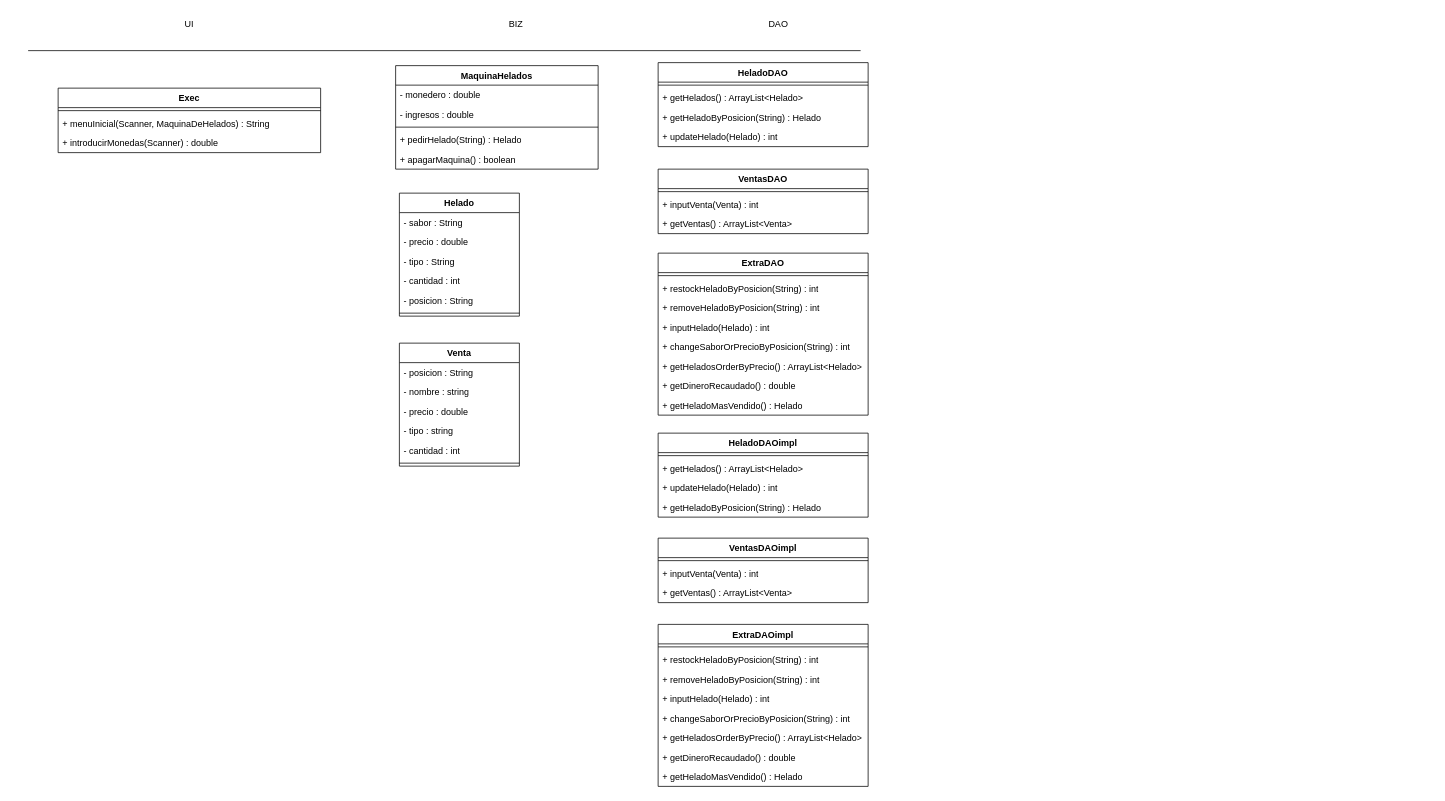
Earlier version of the draw.io diagram MaquinaDeHeladoV6.drawio (gonzaga24/MaquinaHelados). Source tidied: cells renumbered, new cells numbered last; positions are measured from the earlier drawing's top-left corner, leaving out a move shared by most shapes. Both pictures are drawn from the tidied source at 75%, with x=0, y=0 at pixel (28, 13).
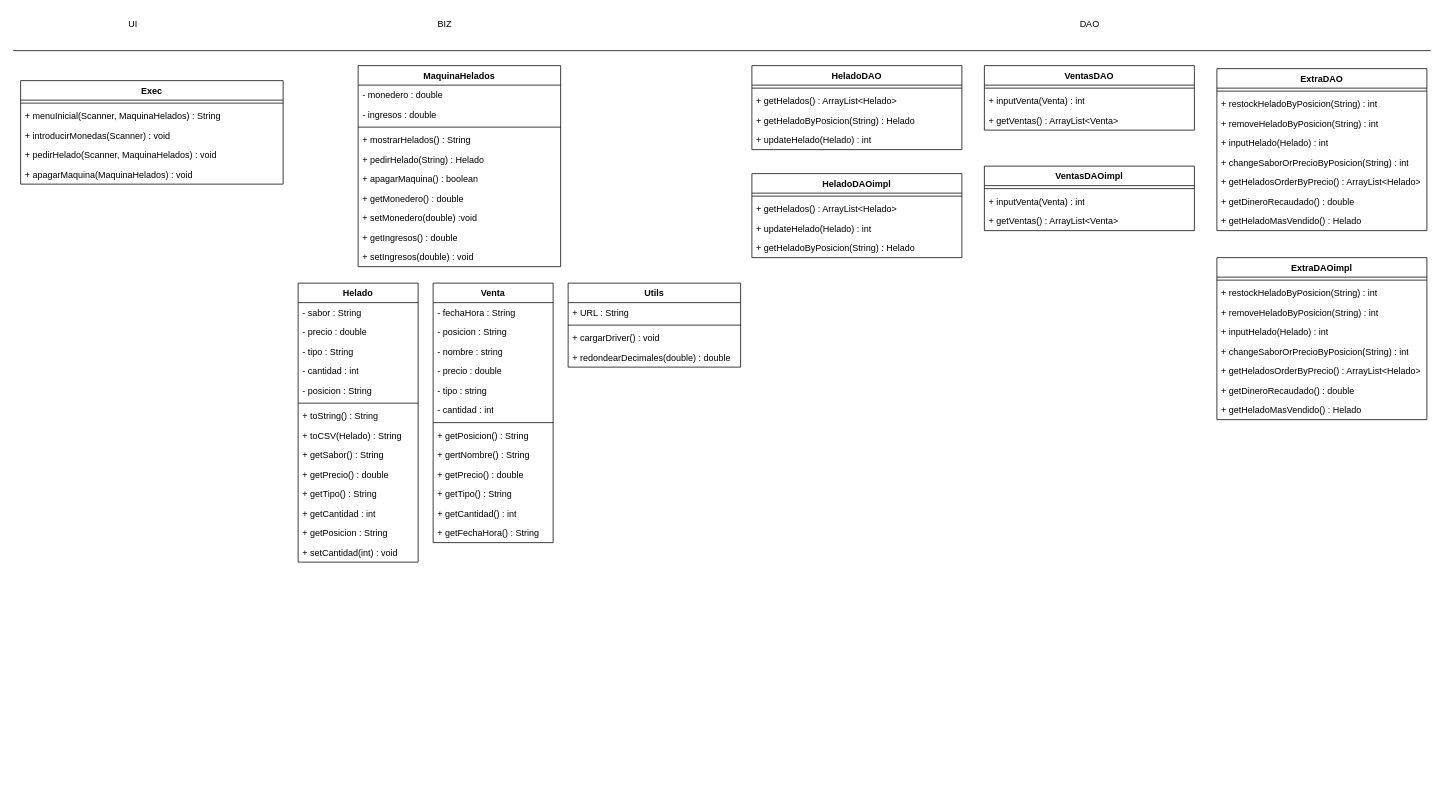
Above is the later version.

Commit message (it also covers changes not shown here):
Esquema UML actualizado

The edit, as a diff of the source:
```diff
@@
     <mxCell id="2" value="UI" style="text;html=1;align=center;verticalAlign=middle;whiteSpace=wrap;rounded=0;" parent="1" vertex="1">
-      <mxGeometry x="185" width="60" height="30" as="geometry" />
+      <mxGeometry x="110" width="60" height="30" as="geometry" />
     </mxCell>
     <mxCell id="3" value="BIZ" style="text;html=1;align=center;verticalAlign=middle;strokeColor=none;fillColor=none;" parent="1" vertex="1">
-      <mxGeometry x="630" width="40" height="30" as="geometry" />
+      <mxGeometry x="535" width="40" height="30" as="geometry" />
     </mxCell>
     <mxCell id="4" value="DAO" style="text;html=1;align=center;verticalAlign=middle;strokeColor=none;fillColor=none;" parent="1" vertex="1">
-      <mxGeometry x="975" width="50" height="30" as="geometry" />
+      <mxGeometry x="1390" width="50" height="30" as="geometry" />
     </mxCell>
     <mxCell id="5" value="Exec" style="swimlane;fontStyle=1;align=center;verticalAlign=top;horizontal=1;startSize=26;whiteSpace=wrap;html=1;" parent="1" vertex="1">
-      <mxGeometry x="40" y="100" width="350" height="86" as="geometry" />
+      <mxGeometry x="-10" y="90" width="350" height="138" as="geometry" />
     </mxCell>
@@
-    <mxCell id="7" value="+ menuInicial(Scanner, MaquinaDeHelados) : String" style="text;strokeColor=none;fillColor=none;align=left;verticalAlign=top;spacingLeft=4;spacingRight=4;overflow=hidden;whiteSpace=wrap;html=1;" parent="5" vertex="1">
+    <mxCell id="7" value="+ menuInicial(Scanner, MaquinaHelados) : String" style="text;strokeColor=none;fillColor=none;align=left;verticalAlign=top;spacingLeft=4;spacingRight=4;overflow=hidden;whiteSpace=wrap;html=1;" parent="5" vertex="1">
       <mxGeometry y="34" width="350" height="26" as="geometry" />
     </mxCell>
-    <mxCell id="8" value="+ introducirMonedas(Scanner) : double" style="text;strokeColor=none;fillColor=none;align=left;verticalAlign=top;spacingLeft=4;spacingRight=4;overflow=hidden;whiteSpace=wrap;html=1;" parent="5" vertex="1">
+    <mxCell id="8" value="+ introducirMonedas(Scanner) : void" style="text;strokeColor=none;fillColor=none;align=left;verticalAlign=top;spacingLeft=4;spacingRight=4;overflow=hidden;whiteSpace=wrap;html=1;" parent="5" vertex="1">
       <mxGeometry y="60" width="350" height="26" as="geometry" />
     </mxCell>
+    <mxCell id="66" value="+ pedirHelado(Scanner, MaquinaHelados) : void" style="text;strokeColor=none;fillColor=none;align=left;verticalAlign=top;spacingLeft=4;spacingRight=4;overflow=hidden;whiteSpace=wrap;html=1;" parent="5" vertex="1">
+      <mxGeometry y="86" width="350" height="26" as="geometry" />
+    </mxCell>
+    <mxCell id="67" value="+ apagarMaquina(MaquinaHelados) : void" style="text;strokeColor=none;fillColor=none;align=left;verticalAlign=top;spacingLeft=4;spacingRight=4;overflow=hidden;whiteSpace=wrap;html=1;" parent="5" vertex="1">
+      <mxGeometry y="112" width="350" height="26" as="geometry" />
+    </mxCell>
     <mxCell id="9" value="Helado" style="swimlane;fontStyle=1;align=center;verticalAlign=top;horizontal=1;startSize=26;whiteSpace=wrap;html=1;" parent="1" vertex="1">
-      <mxGeometry x="495" y="240" width="160" height="164" as="geometry" />
+      <mxGeometry x="360" y="360" width="160" height="372" as="geometry" />
     </mxCell>
@@
+    <mxCell id="68" value="+ toString() : String" style="text;strokeColor=none;fillColor=none;align=left;verticalAlign=top;spacingLeft=4;spacingRight=4;overflow=hidden;whiteSpace=wrap;html=1;" parent="9" vertex="1">
+      <mxGeometry y="164" width="160" height="26" as="geometry" />
+    </mxCell>
+    <mxCell id="69" value="+ toCSV(Helado) : String" style="text;strokeColor=none;fillColor=none;align=left;verticalAlign=top;spacingLeft=4;spacingRight=4;overflow=hidden;whiteSpace=wrap;html=1;" parent="9" vertex="1">
+      <mxGeometry y="190" width="160" height="26" as="geometry" />
+    </mxCell>
+    <mxCell id="70" value="+ getSabor() : String" style="text;strokeColor=none;fillColor=none;align=left;verticalAlign=top;spacingLeft=4;spacingRight=4;overflow=hidden;whiteSpace=wrap;html=1;" parent="9" vertex="1">
+      <mxGeometry y="216" width="160" height="26" as="geometry" />
+    </mxCell>
+    <mxCell id="71" value="+ getPrecio() : double" style="text;strokeColor=none;fillColor=none;align=left;verticalAlign=top;spacingLeft=4;spacingRight=4;overflow=hidden;whiteSpace=wrap;html=1;" parent="9" vertex="1">
+      <mxGeometry y="242" width="160" height="26" as="geometry" />
+    </mxCell>
+    <mxCell id="72" value="+ getTipo() : String" style="text;strokeColor=none;fillColor=none;align=left;verticalAlign=top;spacingLeft=4;spacingRight=4;overflow=hidden;whiteSpace=wrap;html=1;" parent="9" vertex="1">
+      <mxGeometry y="268" width="160" height="26" as="geometry" />
+    </mxCell>
+    <mxCell id="73" value="+ getCantidad : int" style="text;strokeColor=none;fillColor=none;align=left;verticalAlign=top;spacingLeft=4;spacingRight=4;overflow=hidden;whiteSpace=wrap;html=1;" parent="9" vertex="1">
+      <mxGeometry y="294" width="160" height="26" as="geometry" />
+    </mxCell>
+    <mxCell id="74" value="+ getPosicion : String" style="text;strokeColor=none;fillColor=none;align=left;verticalAlign=top;spacingLeft=4;spacingRight=4;overflow=hidden;whiteSpace=wrap;html=1;" parent="9" vertex="1">
+      <mxGeometry y="320" width="160" height="26" as="geometry" />
+    </mxCell>
+    <mxCell id="75" value="+ setCantidad(int) : void" style="text;strokeColor=none;fillColor=none;align=left;verticalAlign=top;spacingLeft=4;spacingRight=4;overflow=hidden;whiteSpace=wrap;html=1;" parent="9" vertex="1">
+      <mxGeometry y="346" width="160" height="26" as="geometry" />
+    </mxCell>
     <mxCell id="16" value="MaquinaHelados" style="swimlane;fontStyle=1;align=center;verticalAlign=top;horizontal=1;startSize=26;whiteSpace=wrap;html=1;" parent="1" vertex="1">
-      <mxGeometry x="490" y="70" width="270" height="138" as="geometry" />
+      <mxGeometry x="440" y="70" width="270" height="268" as="geometry" />
     </mxCell>
@@
+    <mxCell id="76" value="+ mostrarHelados() : String" style="text;strokeColor=none;fillColor=none;align=left;verticalAlign=top;spacingLeft=4;spacingRight=4;overflow=hidden;whiteSpace=wrap;html=1;" parent="16" vertex="1">
+      <mxGeometry y="86" width="270" height="26" as="geometry" />
+    </mxCell>
     <mxCell id="20" value="+ pedirHelado(String) : Helado" style="text;strokeColor=none;fillColor=none;align=left;verticalAlign=top;spacingLeft=4;spacingRight=4;overflow=hidden;whiteSpace=wrap;html=1;" parent="16" vertex="1">
-      <mxGeometry y="86" width="270" height="26" as="geometry" />
+      <mxGeometry y="112" width="270" height="26" as="geometry" />
     </mxCell>
     <mxCell id="21" value="+ apagarMaquina() : boolean" style="text;strokeColor=none;fillColor=none;align=left;verticalAlign=top;spacingLeft=4;spacingRight=4;overflow=hidden;whiteSpace=wrap;html=1;" parent="16" vertex="1">
-      <mxGeometry y="112" width="270" height="26" as="geometry" />
+      <mxGeometry y="138" width="270" height="26" as="geometry" />
     </mxCell>
+    <mxCell id="77" value="+ getMonedero() : double" style="text;strokeColor=none;fillColor=none;align=left;verticalAlign=top;spacingLeft=4;spacingRight=4;overflow=hidden;whiteSpace=wrap;html=1;" parent="16" vertex="1">
+      <mxGeometry y="164" width="270" height="26" as="geometry" />
+    </mxCell>
+    <mxCell id="78" value="+ setMonedero(double) :void" style="text;strokeColor=none;fillColor=none;align=left;verticalAlign=top;spacingLeft=4;spacingRight=4;overflow=hidden;whiteSpace=wrap;html=1;" parent="16" vertex="1">
+      <mxGeometry y="190" width="270" height="26" as="geometry" />
+    </mxCell>
+    <mxCell id="79" value="+ getIngresos() : double" style="text;strokeColor=none;fillColor=none;align=left;verticalAlign=top;spacingLeft=4;spacingRight=4;overflow=hidden;whiteSpace=wrap;html=1;" parent="16" vertex="1">
+      <mxGeometry y="216" width="270" height="26" as="geometry" />
+    </mxCell>
+    <mxCell id="80" value="+ setIngresos(double) : void" style="text;strokeColor=none;fillColor=none;align=left;verticalAlign=top;spacingLeft=4;spacingRight=4;overflow=hidden;whiteSpace=wrap;html=1;" parent="16" vertex="1">
+      <mxGeometry y="242" width="270" height="26" as="geometry" />
+    </mxCell>
     <mxCell id="22" value="HeladoDAO" style="swimlane;fontStyle=1;align=center;verticalAlign=top;horizontal=1;startSize=26;whiteSpace=wrap;html=1;" parent="1" vertex="1">
-      <mxGeometry x="840" y="66" width="280" height="112" as="geometry" />
+      <mxGeometry x="965" y="70" width="280" height="112" as="geometry" />
     </mxCell>
@@
     <mxCell id="27" value="HeladoDAOimpl" style="swimlane;fontStyle=1;align=center;verticalAlign=top;horizontal=1;startSize=26;whiteSpace=wrap;html=1;" parent="1" vertex="1">
-      <mxGeometry x="840" y="560" width="280" height="112" as="geometry" />
+      <mxGeometry x="965" y="214" width="280" height="112" as="geometry" />
     </mxCell>
@@
     <mxCell id="32" value="VentasDAO" style="swimlane;fontStyle=1;align=center;verticalAlign=top;horizontal=1;startSize=26;whiteSpace=wrap;html=1;" parent="1" vertex="1">
-      <mxGeometry x="840" y="208" width="280" height="86" as="geometry" />
+      <mxGeometry x="1275" y="70" width="280" height="86" as="geometry" />
     </mxCell>
@@
     <mxCell id="36" value="VentasDAOimpl" style="swimlane;fontStyle=1;align=center;verticalAlign=top;horizontal=1;startSize=26;whiteSpace=wrap;html=1;" parent="1" vertex="1">
-      <mxGeometry x="840" y="700" width="280" height="86" as="geometry" />
+      <mxGeometry x="1275" y="204" width="280" height="86" as="geometry" />
     </mxCell>
@@
     <mxCell id="40" value="Venta" style="swimlane;fontStyle=1;align=center;verticalAlign=top;horizontal=1;startSize=26;whiteSpace=wrap;html=1;" parent="1" vertex="1">
-      <mxGeometry x="495" y="440" width="160" height="164" as="geometry" />
+      <mxGeometry x="540" y="360" width="160" height="346" as="geometry" />
     </mxCell>
+    <mxCell id="81" value="- fechaHora : String" style="text;strokeColor=none;fillColor=none;align=left;verticalAlign=top;spacingLeft=4;spacingRight=4;overflow=hidden;whiteSpace=wrap;html=1;" parent="40" vertex="1">
+      <mxGeometry y="26" width="160" height="26" as="geometry" />
+    </mxCell>
     <mxCell id="41" value="- posicion : String" style="text;strokeColor=none;fillColor=none;align=left;verticalAlign=top;spacingLeft=4;spacingRight=4;overflow=hidden;whiteSpace=wrap;html=1;" parent="40" vertex="1">
-      <mxGeometry y="26" width="160" height="26" as="geometry" />
+      <mxGeometry y="52" width="160" height="26" as="geometry" />
     </mxCell>
     <mxCell id="42" value="- nombre : string" style="text;strokeColor=none;fillColor=none;align=left;verticalAlign=top;spacingLeft=4;spacingRight=4;overflow=hidden;whiteSpace=wrap;html=1;" parent="40" vertex="1">
-      <mxGeometry y="52" width="160" height="26" as="geometry" />
+      <mxGeometry y="78" width="160" height="26" as="geometry" />
     </mxCell>
     <mxCell id="43" value="- precio : double" style="text;strokeColor=none;fillColor=none;align=left;verticalAlign=top;spacingLeft=4;spacingRight=4;overflow=hidden;whiteSpace=wrap;html=1;" parent="40" vertex="1">
-      <mxGeometry y="78" width="160" height="26" as="geometry" />
+      <mxGeometry y="104" width="160" height="26" as="geometry" />
     </mxCell>
     <mxCell id="44" value="- tipo : string" style="text;strokeColor=none;fillColor=none;align=left;verticalAlign=top;spacingLeft=4;spacingRight=4;overflow=hidden;whiteSpace=wrap;html=1;" parent="40" vertex="1">
-      <mxGeometry y="104" width="160" height="26" as="geometry" />
+      <mxGeometry y="130" width="160" height="26" as="geometry" />
     </mxCell>
     <mxCell id="45" value="- cantidad : int" style="text;strokeColor=none;fillColor=none;align=left;verticalAlign=top;spacingLeft=4;spacingRight=4;overflow=hidden;whiteSpace=wrap;html=1;" parent="40" vertex="1">
-      <mxGeometry y="130" width="160" height="26" as="geometry" />
+      <mxGeometry y="156" width="160" height="26" as="geometry" />
     </mxCell>
     <mxCell id="46" style="line;strokeWidth=1;fillColor=none;align=left;verticalAlign=middle;spacingTop=-1;spacingLeft=3;spacingRight=3;labelPosition=right;strokeColor=inherit;" parent="40" vertex="1">
-      <mxGeometry y="156" width="160" height="8" as="geometry" />
+      <mxGeometry y="182" width="160" height="8" as="geometry" />
     </mxCell>
+    <mxCell id="82" value="+ getPosicion() : String" style="text;strokeColor=none;fillColor=none;align=left;verticalAlign=top;spacingLeft=4;spacingRight=4;overflow=hidden;whiteSpace=wrap;html=1;" parent="40" vertex="1">
+      <mxGeometry y="190" width="160" height="26" as="geometry" />
+    </mxCell>
+    <mxCell id="83" value="+ gertNombre() : String" style="text;strokeColor=none;fillColor=none;align=left;verticalAlign=top;spacingLeft=4;spacingRight=4;overflow=hidden;whiteSpace=wrap;html=1;" parent="40" vertex="1">
+      <mxGeometry y="216" width="160" height="26" as="geometry" />
+    </mxCell>
+    <mxCell id="84" value="+ getPrecio() : double" style="text;strokeColor=none;fillColor=none;align=left;verticalAlign=top;spacingLeft=4;spacingRight=4;overflow=hidden;whiteSpace=wrap;html=1;" parent="40" vertex="1">
+      <mxGeometry y="242" width="160" height="26" as="geometry" />
+    </mxCell>
+    <mxCell id="85" value="+ getTipo() : String" style="text;strokeColor=none;fillColor=none;align=left;verticalAlign=top;spacingLeft=4;spacingRight=4;overflow=hidden;whiteSpace=wrap;html=1;" parent="40" vertex="1">
+      <mxGeometry y="268" width="160" height="26" as="geometry" />
+    </mxCell>
+    <mxCell id="86" value="+ getCantidad() : int" style="text;strokeColor=none;fillColor=none;align=left;verticalAlign=top;spacingLeft=4;spacingRight=4;overflow=hidden;whiteSpace=wrap;html=1;" parent="40" vertex="1">
+      <mxGeometry y="294" width="160" height="26" as="geometry" />
+    </mxCell>
+    <mxCell id="87" value="+ getFechaHora() : String" style="text;strokeColor=none;fillColor=none;align=left;verticalAlign=top;spacingLeft=4;spacingRight=4;overflow=hidden;whiteSpace=wrap;html=1;" parent="40" vertex="1">
+      <mxGeometry y="320" width="160" height="26" as="geometry" />
+    </mxCell>
     <mxCell id="47" style="endArrow=none;html=1;rounded=0;" parent="1" edge="1">
       <mxGeometry relative="1" as="geometry">
-        <mxPoint y="50" as="sourcePoint" />
-        <mxPoint x="1110" y="50" as="targetPoint" />
+        <mxPoint x="-20" y="50" as="sourcePoint" />
+        <mxPoint x="1870" y="50" as="targetPoint" />
       </mxGeometry>
     </mxCell>
     <mxCell id="48" value="ExtraDAO" style="swimlane;fontStyle=1;align=center;verticalAlign=top;horizontal=1;startSize=26;whiteSpace=wrap;html=1;" parent="1" vertex="1">
-      <mxGeometry x="840" y="320" width="280" height="216" as="geometry" />
+      <mxGeometry x="1585" y="74" width="280" height="216" as="geometry" />
     </mxCell>
@@
     <mxCell id="57" value="ExtraDAOimpl" style="swimlane;fontStyle=1;align=center;verticalAlign=top;horizontal=1;startSize=26;whiteSpace=wrap;html=1;" parent="1" vertex="1">
-      <mxGeometry x="840" y="815" width="280" height="216" as="geometry" />
+      <mxGeometry x="1585" y="326" width="280" height="216" as="geometry" />
     </mxCell>
@@
+    <mxCell id="88" value="Utils" style="swimlane;fontStyle=1;align=center;verticalAlign=top;horizontal=1;startSize=26;whiteSpace=wrap;html=1;" parent="1" vertex="1">
+      <mxGeometry x="720" y="360" width="230" height="112" as="geometry" />
+    </mxCell>
+    <mxCell id="89" value="+ URL : String" style="text;strokeColor=none;fillColor=none;align=left;verticalAlign=top;spacingLeft=4;spacingRight=4;overflow=hidden;whiteSpace=wrap;html=1;" parent="88" vertex="1">
+      <mxGeometry y="26" width="230" height="26" as="geometry" />
+    </mxCell>
+    <mxCell id="90" style="line;strokeWidth=1;fillColor=none;align=left;verticalAlign=middle;spacingTop=-1;spacingLeft=3;spacingRight=3;labelPosition=right;strokeColor=inherit;" parent="88" vertex="1">
+      <mxGeometry y="52" width="230" height="8" as="geometry" />
+    </mxCell>
+    <mxCell id="91" value="+ cargarDriver() : void" style="text;strokeColor=none;fillColor=none;align=left;verticalAlign=top;spacingLeft=4;spacingRight=4;overflow=hidden;whiteSpace=wrap;html=1;" parent="88" vertex="1">
+      <mxGeometry y="60" width="230" height="26" as="geometry" />
+    </mxCell>
+    <mxCell id="92" value="+ redondearDecimales(double) : double" style="text;strokeColor=none;fillColor=none;align=left;verticalAlign=top;spacingLeft=4;spacingRight=4;overflow=hidden;whiteSpace=wrap;html=1;" parent="88" vertex="1">
+      <mxGeometry y="86" width="230" height="26" as="geometry" />
+    </mxCell>
```
